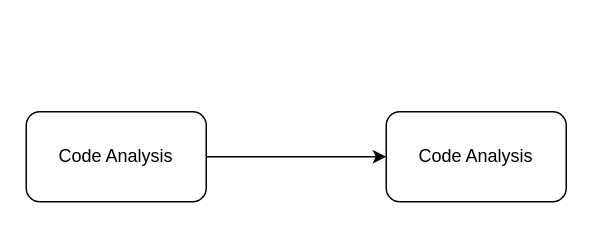
kumarje/solutionteam keeps this draw.io diagram as page "Remediation" (2 of 2) of upgrade-tool/digit-design-diagram.drawio. Above is the earlier version. Source tidied: cells renumbered, new cells numbered last; positions are measured from the earlier drawing's top-left corner, leaving out a move shared by most shapes. Both pictures are drawn from the tidied source at 150%, with x=0, y=0 at pixel (26, 111).
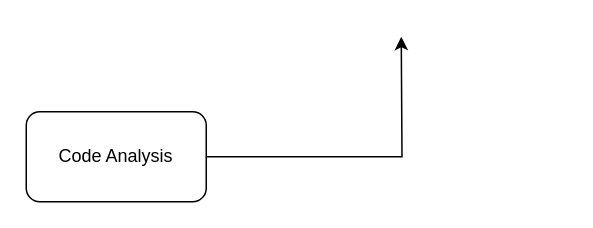
Above is the later version.

Change to the diagram source:
```diff
@@
 <mxGraphModel>
   <root>
     <mxCell id="0" />
     <mxCell id="1" parent="0" />
-    <mxCell id="2" style="edgeStyle=orthogonalEdgeStyle;rounded=0;jettySize=auto;html=1;entryX=0;entryY=0.5;entryDx=0;entryDy=0;" parent="1" edge="1" source="3" target="4">
-      <mxGeometry relative="1" as="geometry" />
+    <mxCell id="2" style="edgeStyle=orthogonalEdgeStyle;rounded=0;jettySize=auto;html=1;entryX=0;entryY=0.5;entryDx=0;entryDy=0;" parent="1" edge="1" source="3">
+      <mxGeometry relative="1" as="geometry">
+        <mxPoint x="250" y="-50" as="targetPoint" />
+      </mxGeometry>
     </mxCell>
     <mxCell id="3" value="Code Analysis" style="rounded=1;whiteSpace=wrap;html=1;" parent="1" vertex="1">
       <mxGeometry width="120" height="60" as="geometry" />
     </mxCell>
-    <mxCell id="4" value="Code Analysis" style="rounded=1;whiteSpace=wrap;html=1;" parent="1" vertex="1">
-      <mxGeometry x="240" width="120" height="60" as="geometry" />
-    </mxCell>
   </root>
 </mxGraphModel>
```
